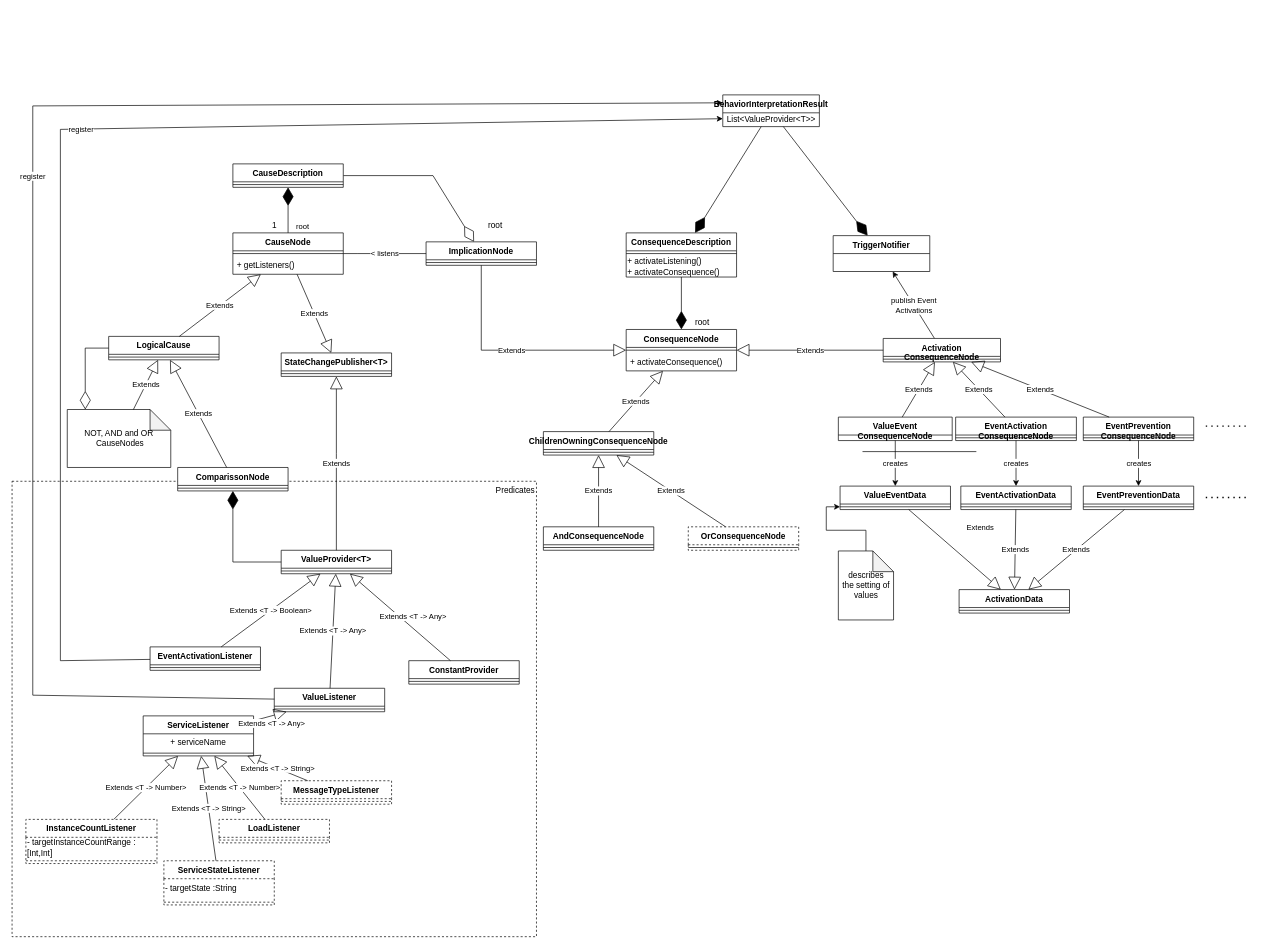
Above: TLTeaInterprtationClasses.drawio in Cambio-Project/TL-Tea (draw.io), before the change. Source tidied: cells renumbered, new cells numbered last; positions are measured from the earlier drawing's top-left corner, leaving out a move shared by most shapes. Both pictures are drawn from the tidied source at 69%, with x=0, y=0 at pixel (12, 95).
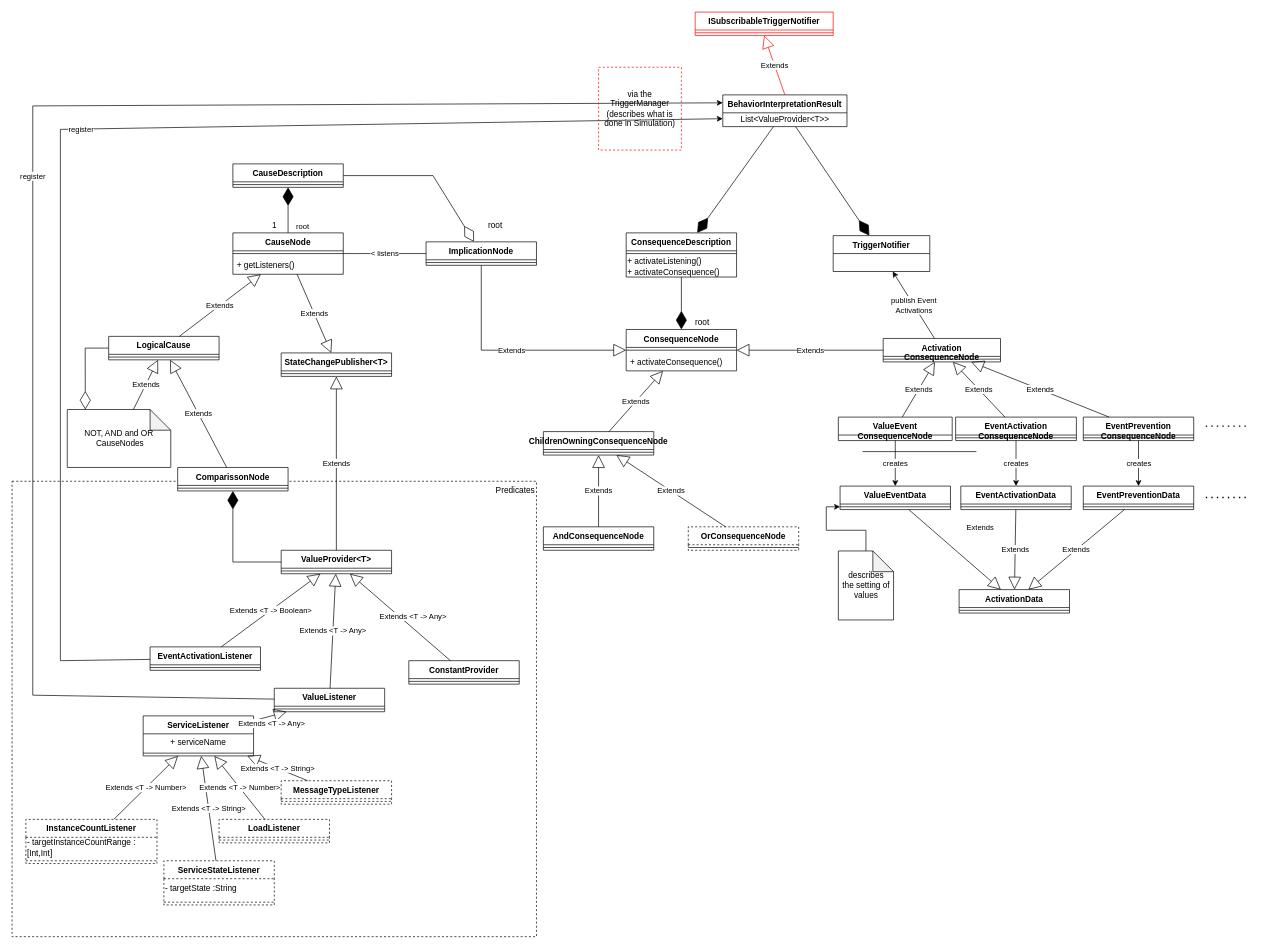
After the change.

Change to the diagram source:
```diff
@@
     <mxCell id="91" value="BehaviorInterpretationResult" style="swimlane;fontStyle=1;horizontal=1;startSize=26;fillColor=none;" parent="1" vertex="1">
-      <mxGeometry x="1030" width="140" height="46" as="geometry" />
+      <mxGeometry x="1030" width="180" height="46" as="geometry" />
     </mxCell>
     <mxCell id="92" value="List&amp;lt;ValueProvider&amp;lt;T&amp;gt;&amp;gt;" style="text;html=1;align=center;verticalAlign=middle;strokeColor=none;fillColor=none;" parent="91" vertex="1">
-      <mxGeometry y="26" width="140" height="20" as="geometry" />
+      <mxGeometry y="26" width="180" height="20" as="geometry" />
     </mxCell>
@@
+    <mxCell id="116" value="via the TriggerManager&lt;br&gt;(describes what is done in Simulation)" style="rounded=0;whiteSpace=wrap;html=1;fillColor=none;strokeColor=#FF0000;dashed=1;" parent="1" vertex="1">
+      <mxGeometry x="850" y="-40" width="120" height="120" as="geometry" />
+    </mxCell>
+    <mxCell id="117" value="ISubscribableTriggerNotifier" style="swimlane;fontStyle=1;align=center;verticalAlign=top;horizontal=1;startSize=26;fillColor=default;strokeColor=#FF0000;" parent="1" vertex="1">
+      <mxGeometry x="990" y="-120" width="200" height="34" as="geometry" />
+    </mxCell>
+    <mxCell id="118" style="line;strokeWidth=1;fillColor=none;align=left;verticalAlign=middle;spacingTop=-1;spacingLeft=3;spacingRight=3;labelPosition=right;strokeColor=#FF0000;" parent="117" vertex="1">
+      <mxGeometry y="26" width="200" height="8" as="geometry" />
+    </mxCell>
+    <mxCell id="119" value="Extends" style="endArrow=block;endSize=16;endFill=0;html=1;rounded=0;entryX=0.5;entryY=1;entryDx=0;entryDy=0;exitX=0.5;exitY=0;exitDx=0;exitDy=0;strokeColor=#FF0000;" parent="1" edge="1" source="91" target="117">
+      <mxGeometry relative="1" as="geometry" />
+    </mxCell>
```
